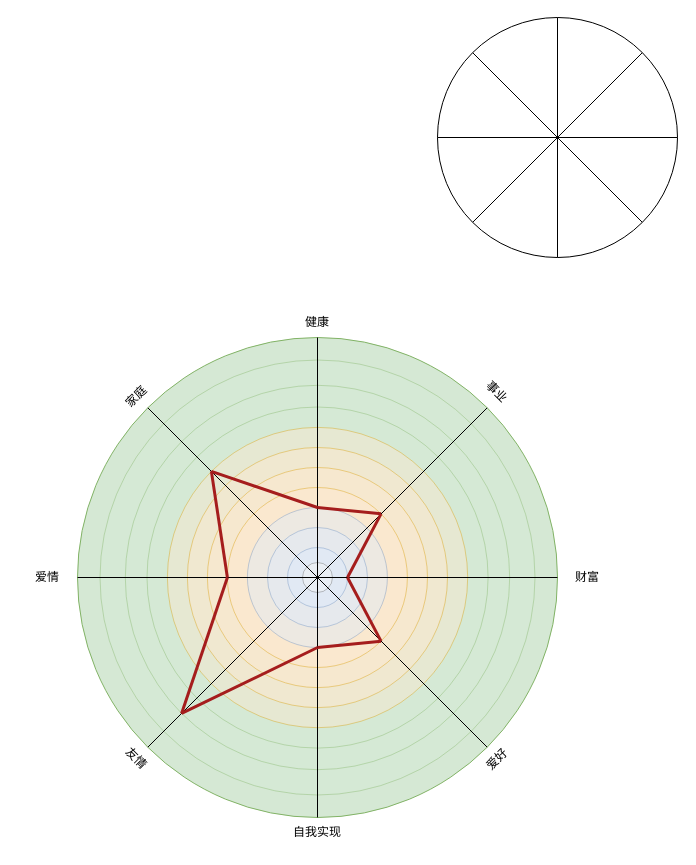
The draw.io diagram master/平衡轮.drawio in arlottang/tdh_bit, before the edit. Source tidied: cells renumbered, new cells numbered last; positions are measured from the earlier drawing's top-left corner, leaving out a move shared by most shapes. Both pictures are drawn from the tidied source at 100%, with x=0, y=0 at pixel (17, 17).
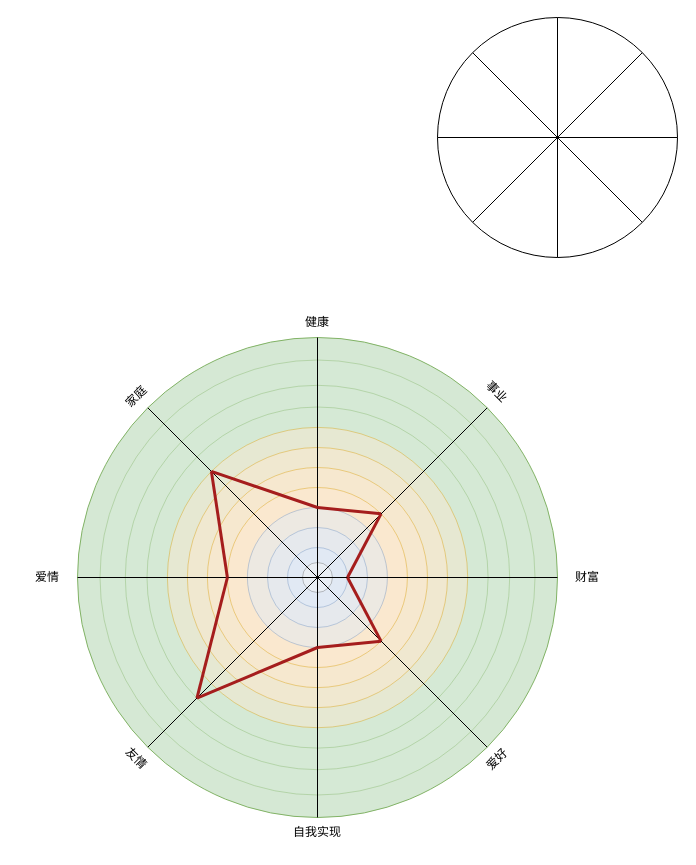
After the change.

Commit message (it also covers changes not shown here):
更新平衡轮.drawio

The change refers to these unchanged cells:
```xml
<mxCell id="10" style="ellipse;whiteSpace=wrap;html=1;opacity=40;fillColor=#d5e8d4;strokeColor=#82b366;" parent="1" vertex="1">
  <mxGeometry x="107.8" y="367.8" width="384.4" height="384.4" as="geometry" />
</mxCell>
<mxCell id="11" style="ellipse;whiteSpace=wrap;html=1;opacity=40;fillColor=#d5e8d4;strokeColor=#82b366;" parent="1" vertex="1">
  <mxGeometry x="129.5" y="389.5" width="341.1" height="341.1" as="geometry" />
</mxCell>
<mxCell id="15" style="ellipse;whiteSpace=wrap;html=1;opacity=40;fillColor=#ffe6cc;strokeColor=#d79b00;" parent="1" vertex="1">
  <mxGeometry x="209.9" y="470" width="180" height="180" as="geometry" />
</mxCell>
```

Change to the diagram source:
```diff
@@
-    <mxCell id="34" style="endArrow=none;html=1;rounded=1;strokeColor=#a51d1d;strokeWidth=3;entryX=0;entryY=0.5;entryDx=0;entryDy=0;exitX=0;exitY=1;exitDx=0;exitDy=0;" parent="1" edge="1" source="10" target="15">
+    <mxCell id="34" style="endArrow=none;html=1;rounded=1;strokeColor=#a51d1d;strokeWidth=3;entryX=0;entryY=0.5;entryDx=0;entryDy=0;exitX=0;exitY=1;exitDx=0;exitDy=0;" parent="1" edge="1" source="11" target="15">
       <mxGeometry relative="1" as="geometry" />
     </mxCell>
-    <mxCell id="35" style="endArrow=none;html=1;rounded=1;strokeColor=#a51d1d;strokeWidth=3;entryX=0;entryY=1;entryDx=0;entryDy=0;" parent="1" edge="1" target="10">
+    <mxCell id="35" style="endArrow=none;html=1;rounded=1;strokeColor=#a51d1d;strokeWidth=3;entryX=0;entryY=1;entryDx=0;entryDy=0;" parent="1" edge="1" target="11">
       <mxGeometry relative="1" as="geometry">
         <mxPoint x="300" y="630" as="sourcePoint" />
       </mxGeometry>
     </mxCell>
```
